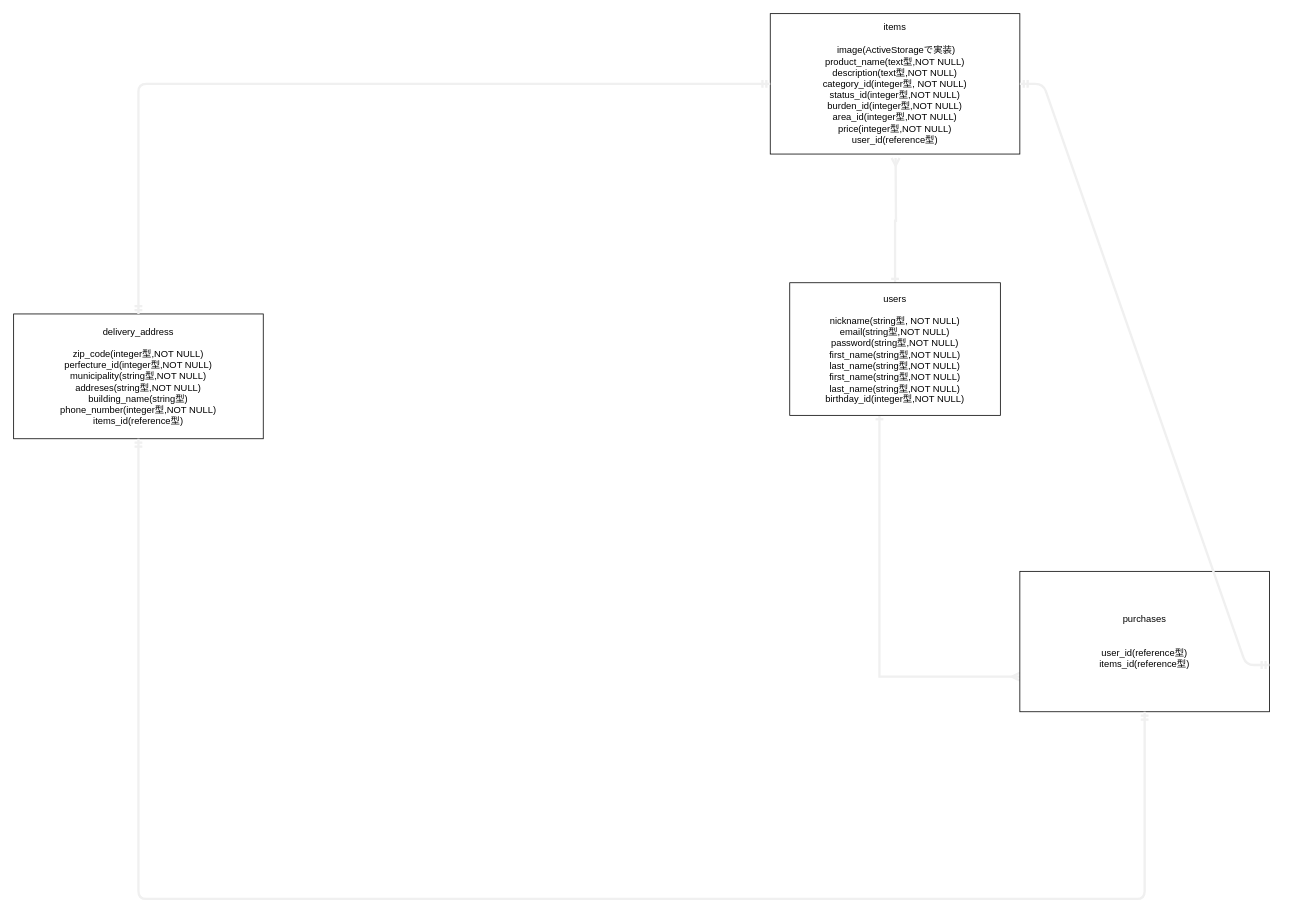
Earlier version of the draw.io diagram ER.dio (yamamokou3/furima-31125). Source tidied: cells renumbered, new cells numbered last; positions are measured from the earlier drawing's top-left corner, leaving out a move shared by most shapes. Both pictures are drawn from the tidied source at 78%, with x=0, y=0 at pixel (13, 13).
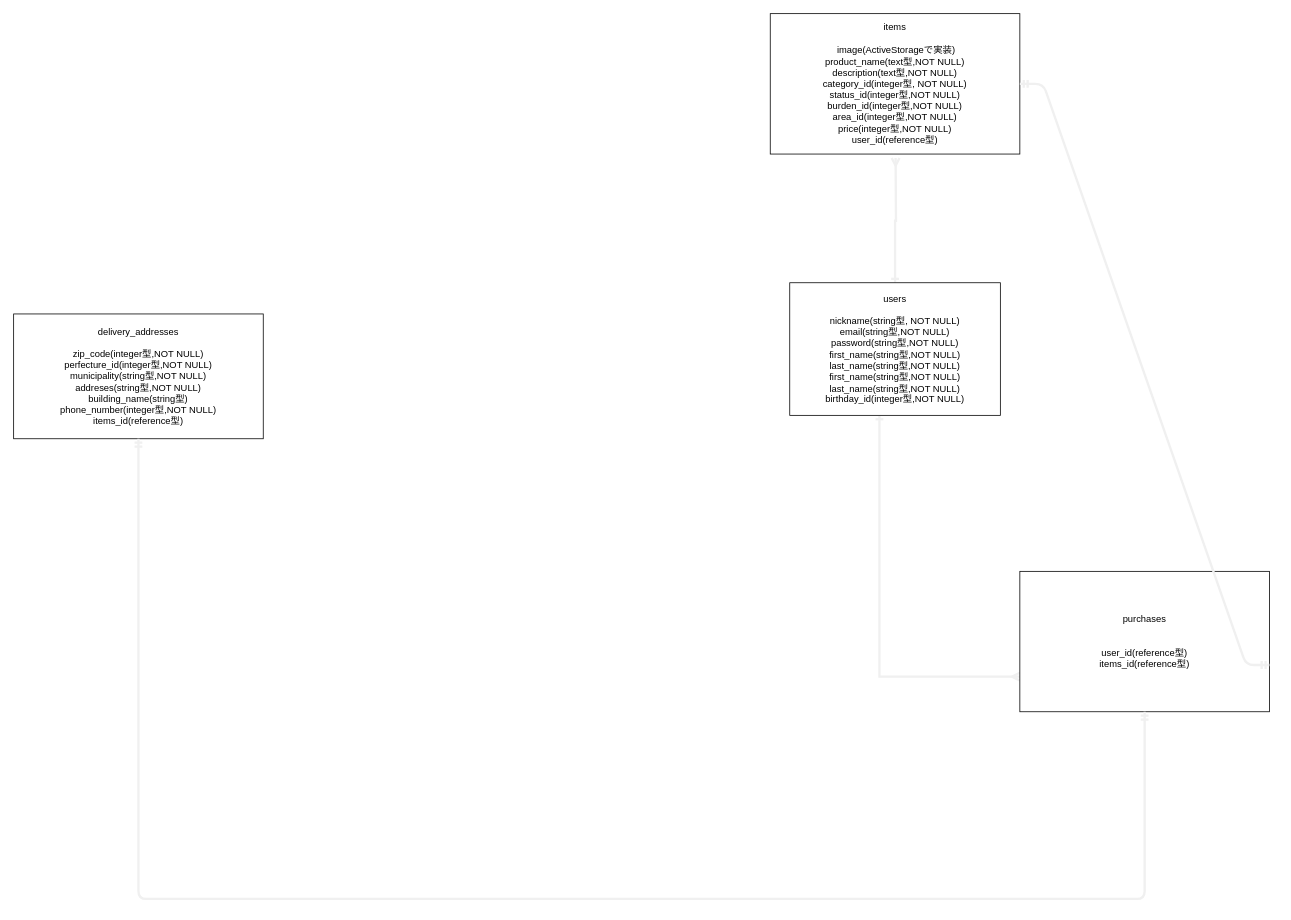
The same page after the edit.

Diff of the diagram source:
```diff
@@
 <mxGraphModel>
   <root>
     <mxCell id="0" />
     <mxCell id="1" parent="0" />
     <mxCell id="2" style="edgeStyle=orthogonalEdgeStyle;rounded=0;jumpSize=6;jettySize=auto;html=1;exitX=0.5;exitY=0;exitDx=0;exitDy=0;startArrow=ERone;startFill=0;endArrow=ERmany;endFill=0;strokeColor=#f0f0f0;strokeWidth=3;" parent="1" edge="1" source="4">
       <mxGeometry relative="1" as="geometry">
         <mxPoint x="1130.7" y="185" as="targetPoint" />
       </mxGeometry>
     </mxCell>
     <mxCell id="3" style="edgeStyle=elbowEdgeStyle;rounded=0;jumpSize=6;jettySize=auto;html=1;startArrow=ERone;startFill=0;endArrow=ERmany;endFill=0;strokeColor=#f0f0f0;strokeWidth=3;entryX=0;entryY=0.75;entryDx=0;entryDy=0;" parent="1" edge="1" source="4" target="6">
       <mxGeometry relative="1" as="geometry">
         <Array as="points">
           <mxPoint x="1110" y="785" />
           <mxPoint x="1130" y="825" />
         </Array>
       </mxGeometry>
     </mxCell>
     <mxCell id="4" value="&lt;span style=&quot;font-weight: normal&quot;&gt;users&lt;br&gt;&lt;br&gt;nickname(string型, NOT NULL)&lt;br&gt;email(string型,NOT NULL)&lt;br&gt;password(string型,NOT NULL)&lt;br&gt;first_name(string型,NOT NULL)&lt;br&gt;last_name(string型,NOT NULL)&lt;br&gt;first_name(string型,NOT NULL)&lt;br&gt;last_name(string型,NOT NULL)&lt;br&gt;birthday_id(integer型,NOT NULL)&lt;/span&gt;" style="rounded=0;whiteSpace=wrap;html=1;fontStyle=1;" parent="1" vertex="1">
       <mxGeometry x="995" y="345" width="270" height="170" as="geometry" />
     </mxCell>
     <mxCell id="5" value="items&lt;br&gt;&lt;br&gt;&amp;nbsp;image(ActiveStorageで実装)&lt;br&gt;product_name(text型,NOT NULL)&lt;br&gt;description(text型,NOT NULL)&lt;br&gt;category_id(integer型, NOT NULL)&lt;br&gt;status_id(integer型,NOT NULL)&lt;br&gt;burden_id(integer型,NOT NULL)&lt;br&gt;area_id(integer型,NOT NULL)&lt;br&gt;price(integer型,NOT NULL)&lt;br&gt;user_id(reference型)" style="rounded=0;whiteSpace=wrap;html=1;" parent="1" vertex="1">
       <mxGeometry x="970" width="320" height="180" as="geometry" />
     </mxCell>
     <mxCell id="6" value="purchases&lt;br&gt;&lt;br&gt;&lt;br&gt;user_id(reference型)&lt;br&gt;items_id(reference型)" style="rounded=0;whiteSpace=wrap;html=1;" parent="1" vertex="1">
       <mxGeometry x="1290" y="715" width="320" height="180" as="geometry" />
     </mxCell>
-    <mxCell id="7" value="delivery_address&lt;br&gt;&lt;br&gt;zip_code(integer型,NOT NULL)&lt;br&gt;perfecture_id(integer型,NOT NULL)&lt;br&gt;municipality(string型,NOT NULL)&lt;br&gt;addreses(string型,NOT NULL)&lt;br&gt;building_name(string型)&lt;br&gt;phone_number(integer型,NOT NULL)&lt;br&gt;items_id(reference型)" style="rounded=0;whiteSpace=wrap;html=1;" parent="1" vertex="1">
+    <mxCell id="7" value="delivery_addresses&lt;br&gt;&lt;br&gt;zip_code(integer型,NOT NULL)&lt;br&gt;perfecture_id(integer型,NOT NULL)&lt;br&gt;municipality(string型,NOT NULL)&lt;br&gt;addreses(string型,NOT NULL)&lt;br&gt;building_name(string型)&lt;br&gt;phone_number(integer型,NOT NULL)&lt;br&gt;items_id(reference型)" style="rounded=0;whiteSpace=wrap;html=1;" parent="1" vertex="1">
       <mxGeometry y="385" width="320" height="160" as="geometry" />
     </mxCell>
     <mxCell id="8" style="edgeStyle=orthogonalEdgeStyle;fontSize=12;html=1;endArrow=ERmandOne;startArrow=ERmandOne;strokeColor=#f0f0f0;strokeWidth=3;entryX=0.5;entryY=1;entryDx=0;entryDy=0;exitX=0.5;exitY=1;exitDx=0;exitDy=0;" parent="1" edge="1" source="7" target="6">
       <mxGeometry relative="1" as="geometry">
         <Array as="points">
           <mxPoint x="160" y="1135" />
           <mxPoint x="1450" y="1135" />
         </Array>
       </mxGeometry>
     </mxCell>
     <mxCell id="9" style="edgeStyle=entityRelationEdgeStyle;fontSize=12;html=1;endArrow=ERmandOne;startArrow=ERmandOne;strokeColor=#f0f0f0;strokeWidth=3;exitX=1;exitY=0.667;exitDx=0;exitDy=0;exitPerimeter=0;" parent="1" edge="1" source="6" target="5">
       <mxGeometry relative="1" as="geometry" />
     </mxCell>
-    <mxCell id="10" style="edgeStyle=elbowEdgeStyle;fontSize=12;html=1;endArrow=ERmandOne;startArrow=ERmandOne;strokeColor=#f0f0f0;strokeWidth=3;entryX=0;entryY=0.5;entryDx=0;entryDy=0;exitX=0.5;exitY=0;exitDx=0;exitDy=0;elbow=vertical;" parent="1" edge="1" source="7" target="5">
-      <mxGeometry relative="1" as="geometry">
-        <Array as="points">
-          <mxPoint x="490" y="90" />
-        </Array>
-      </mxGeometry>
-    </mxCell>
   </root>
 </mxGraphModel>
```
